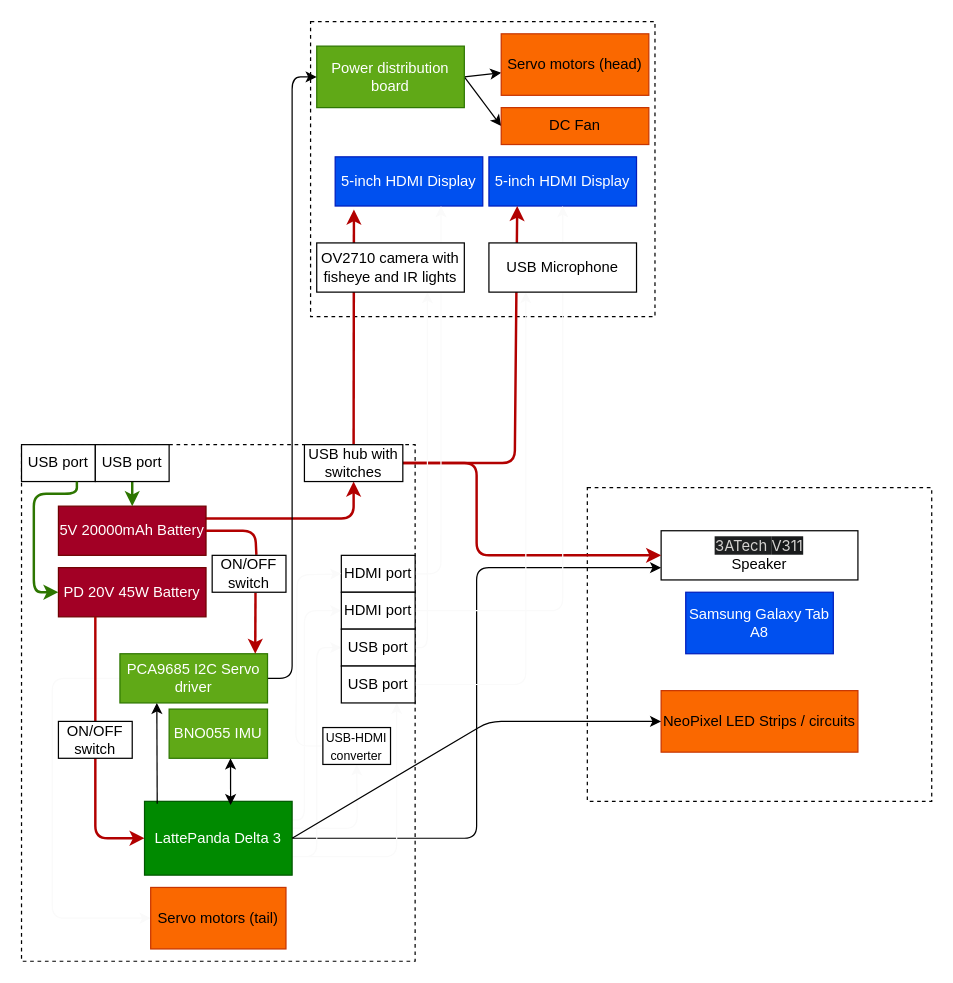
MekhyW/DYNAMO-Electronic_Fursuit-2.0 keeps this draw.io diagram as Hardware.drawio. Above is the earlier version. Source tidied: cells renumbered, new cells numbered last; positions are measured from the earlier drawing's top-left corner, leaving out a move shared by most shapes. Both pictures are drawn from the tidied source at 123%, with x=0, y=0 at pixel (21, 21).
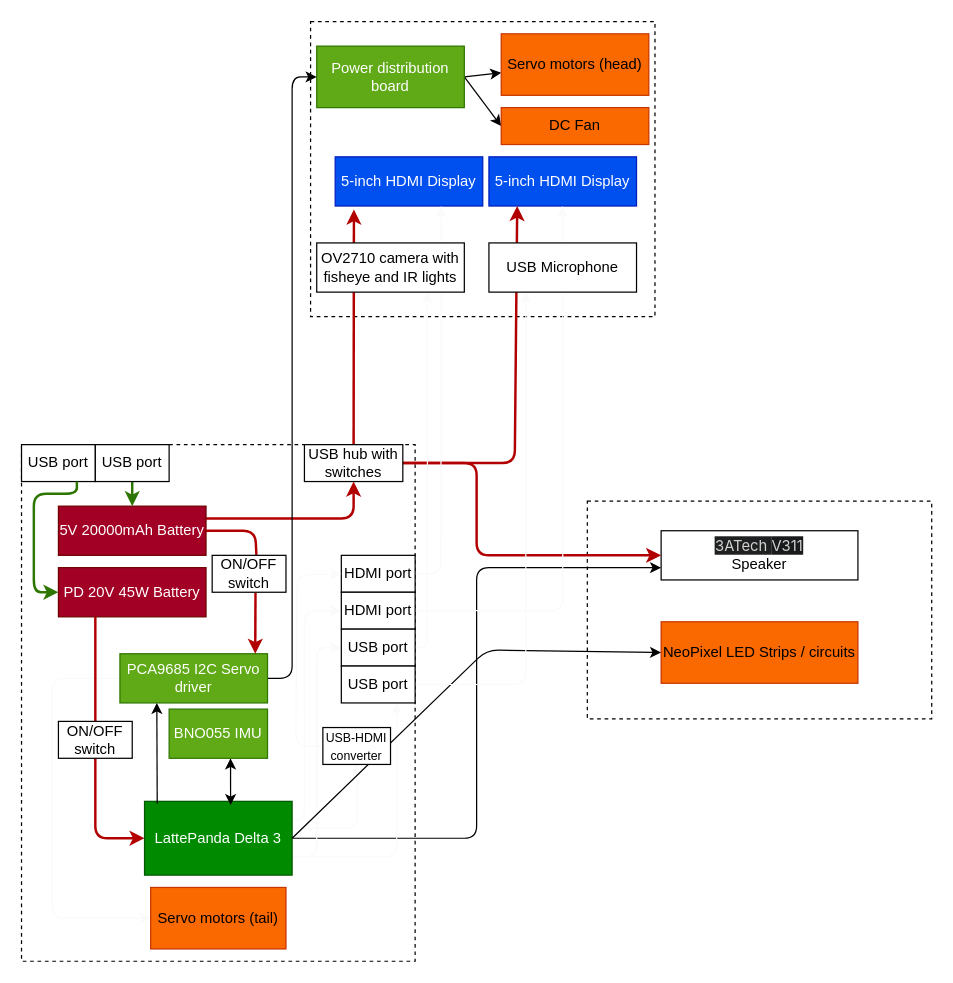
Above is the later version.

Unchanged cells that the change refers to:
```xml
<mxCell id="19" value="LattePanda Delta 3" style="rounded=0;whiteSpace=wrap;html=1;fillColor=#008a00;fontColor=#ffffff;strokeColor=#005700;" parent="1" vertex="1">
  <mxGeometry x="100" y="634" width="120" height="60" as="geometry" />
</mxCell>
```

Change to the diagram source:
```diff
@@
     <mxCell id="9" style="rounded=0;whiteSpace=wrap;html=1;dashed=1;" parent="1" vertex="1">
-      <mxGeometry x="460" y="379" width="280" height="255" as="geometry" />
+      <mxGeometry x="460" y="390" width="280" height="177" as="geometry" />
     </mxCell>
@@
-    <mxCell id="21" value="Samsung Galaxy Tab A8" style="rounded=0;whiteSpace=wrap;html=1;fillColor=#0050ef;fontColor=#ffffff;strokeColor=#001DBC;" parent="1" vertex="1">
-      <mxGeometry x="540" y="464" width="120" height="50" as="geometry" />
-    </mxCell>
@@
     <mxCell id="35" value="NeoPixel LED Strips / circuits" style="rounded=0;whiteSpace=wrap;html=1;fillColor=#fa6800;fontColor=#000000;strokeColor=#C73500;" parent="1" vertex="1">
-      <mxGeometry x="520" y="544" width="160" height="50" as="geometry" />
+      <mxGeometry x="520" y="488" width="160" height="50" as="geometry" />
     </mxCell>
     <mxCell id="36" style="edgeStyle=none;html=1;exitX=1;exitY=0.5;exitDx=0;exitDy=0;entryX=0;entryY=0.5;entryDx=0;entryDy=0;" parent="1" edge="1" source="19" target="35">
       <mxGeometry relative="1" as="geometry">
         <Array as="points">
-          <mxPoint x="380" y="569" />
+          <mxPoint x="378" y="511" />
         </Array>
       </mxGeometry>
     </mxCell>
```
